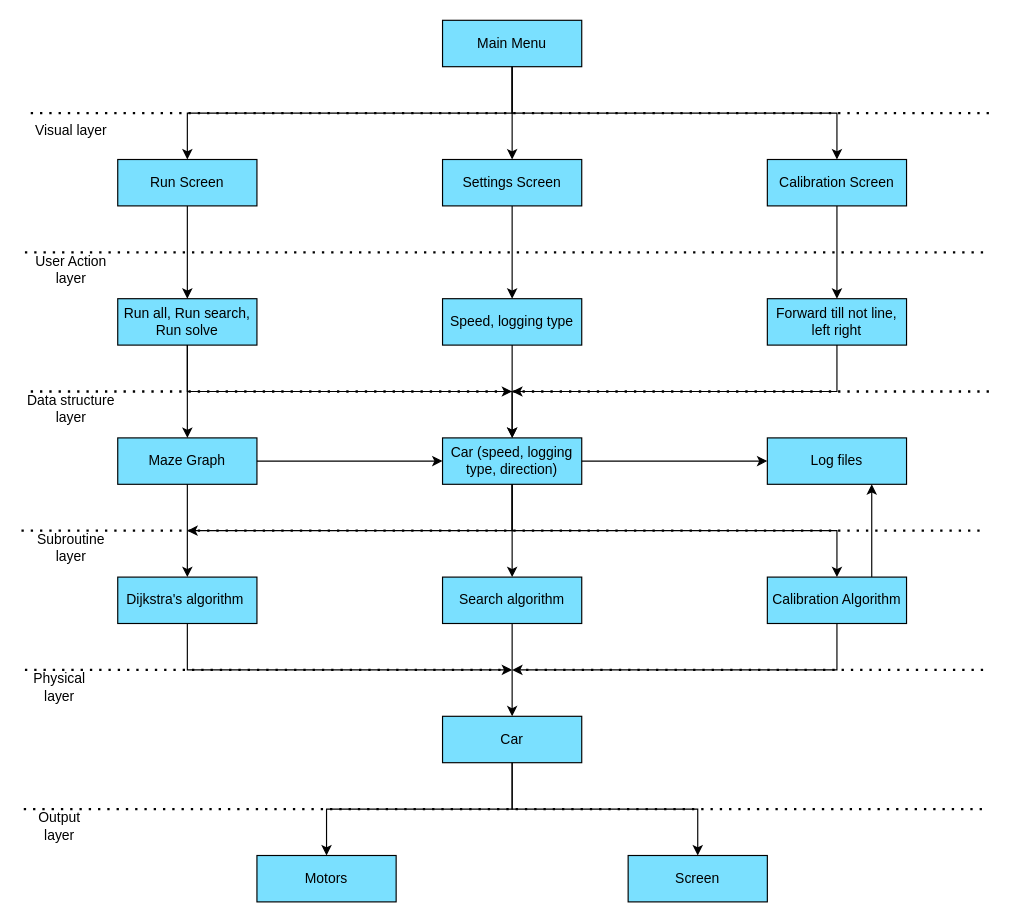
Above: Main System Layer Diagram.drawio in chilliconkearney/College-Work (draw.io), before the change. Source tidied: cells renumbered, new cells numbered last; positions are measured from the earlier drawing's top-left corner, leaving out a move shared by most shapes. Both pictures are drawn from the tidied source at 116%, with x=0, y=0 at pixel (21, 20).
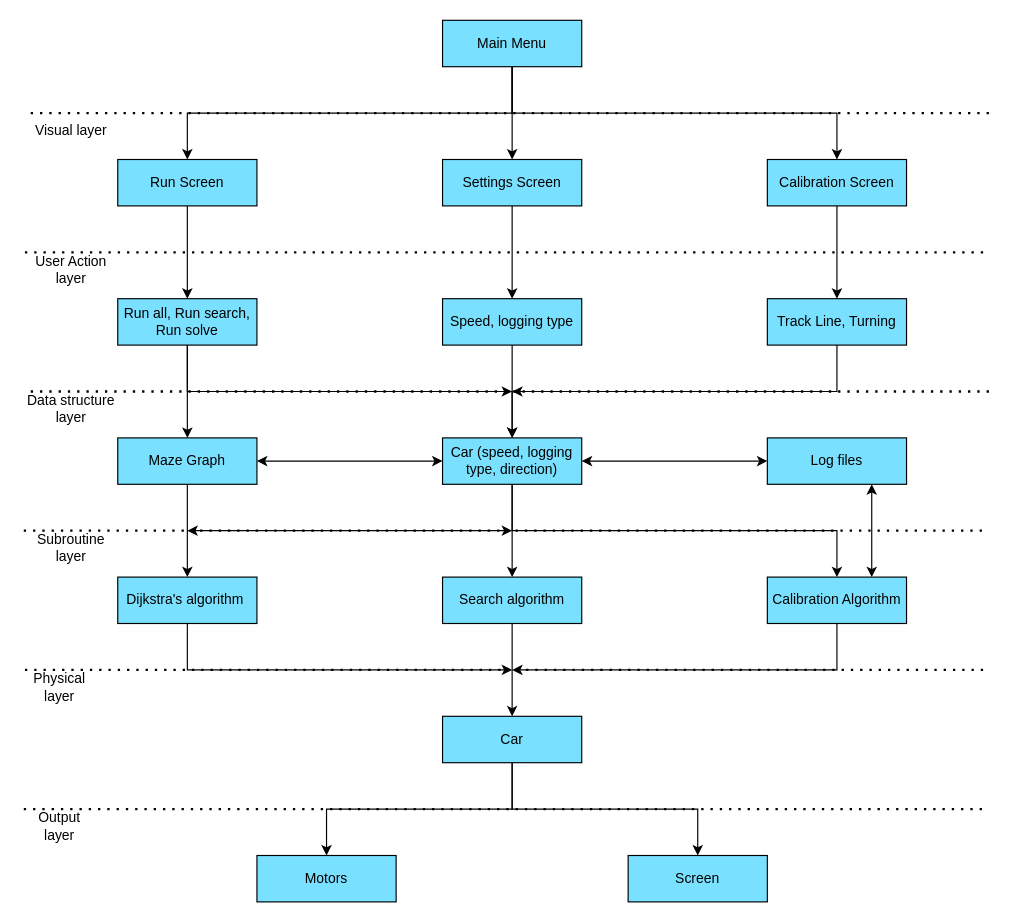
The same page after the edit.

Commit message (it also covers changes not shown here):
Added different Diagrams

The change refers to these unchanged cells:
```xml
<mxCell id="12" value="Maze Graph" style="rounded=0;whiteSpace=wrap;html=1;fillColor=#7AE0FF;" parent="1" vertex="1">
  <mxGeometry x="83" y="360" width="120" height="40" as="geometry" />
</mxCell>
<mxCell id="13" value="Car (speed, logging type, direction)" style="rounded=0;whiteSpace=wrap;html=1;fillColor=#7AE0FF;" parent="1" vertex="1">
  <mxGeometry x="363" y="360" width="120" height="40" as="geometry" />
</mxCell>
<mxCell id="16" value="Calibration Algorithm" style="rounded=0;whiteSpace=wrap;html=1;fillColor=#7AE0FF;" parent="1" vertex="1">
  <mxGeometry x="643" y="480" width="120" height="40" as="geometry" />
</mxCell>
<mxCell id="20" value="Log files" style="rounded=0;whiteSpace=wrap;html=1;fillColor=#7AE0FF;" parent="1" vertex="1">
  <mxGeometry x="643" y="360" width="120" height="40" as="geometry" />
</mxCell>
```

Change to the diagram source:
```diff
@@
-    <mxCell id="11" value="Forward till not line, left right" style="rounded=0;whiteSpace=wrap;html=1;fillColor=#7AE0FF;" parent="1" vertex="1">
+    <mxCell id="11" value="Track Line, Turning" style="rounded=0;whiteSpace=wrap;html=1;fillColor=#7AE0FF;" parent="1" vertex="1">
       <mxGeometry x="643" y="240" width="120" height="40" as="geometry" />
     </mxCell>
@@
-    <mxCell id="29" style="endArrow=classic;html=1;rounded=0;exitX=1;exitY=0.5;exitDx=0;exitDy=0;entryX=0;entryY=0.5;entryDx=0;entryDy=0;" parent="1" edge="1" source="12" target="13">
-      <mxGeometry relative="1" as="geometry" />
-    </mxCell>
-    <mxCell id="30" style="endArrow=classic;html=1;rounded=0;exitX=1;exitY=0.5;exitDx=0;exitDy=0;entryX=0;entryY=0.5;entryDx=0;entryDy=0;" parent="1" edge="1" source="13" target="20">
-      <mxGeometry relative="1" as="geometry" />
-    </mxCell>
@@
-    <mxCell id="32" style="endArrow=classic;html=1;rounded=0;exitX=0.5;exitY=1;exitDx=0;exitDy=0;" parent="1" edge="1" source="13">
-      <mxGeometry relative="1" as="geometry">
-        <mxPoint x="143" y="440" as="targetPoint" />
-        <Array as="points">
-          <mxPoint x="423" y="440" />
-        </Array>
-      </mxGeometry>
-    </mxCell>
@@
-    <mxCell id="35" style="endArrow=classic;html=1;rounded=0;exitX=0.75;exitY=0;exitDx=0;exitDy=0;entryX=0.75;entryY=1;entryDx=0;entryDy=0;" parent="1" edge="1" source="16" target="20">
-      <mxGeometry relative="1" as="geometry" />
-    </mxCell>
@@
     <mxCell id="43" style="endArrow=none;dashed=1;html=1;dashPattern=1 3;strokeWidth=2;rounded=0;" parent="1" edge="1">
       <mxGeometry relative="1" as="geometry">
-        <mxPoint y="440" as="sourcePoint" />
-        <mxPoint x="830" y="440" as="targetPoint" />
+        <mxPoint x="2" y="440" as="sourcePoint" />
+        <mxPoint x="832" y="440" as="targetPoint" />
       </mxGeometry>
     </mxCell>
@@
+    <mxCell id="30" style="endArrow=classic;startArrow=classic;html=1;rounded=0;exitX=1;exitY=0.5;exitDx=0;exitDy=0;entryX=0;entryY=0.5;entryDx=0;entryDy=0;" parent="1" edge="1" source="13" target="20">
+      <mxGeometry relative="1" as="geometry" />
+    </mxCell>
+    <mxCell id="35" style="endArrow=classic;startArrow=classic;html=1;rounded=0;entryX=0.75;entryY=1;entryDx=0;entryDy=0;exitX=0.75;exitY=0;exitDx=0;exitDy=0;" parent="1" edge="1" source="16" target="20">
+      <mxGeometry relative="1" as="geometry" />
+    </mxCell>
+    <mxCell id="29" style="endArrow=classic;startArrow=classic;html=1;rounded=0;exitX=1;exitY=0.5;exitDx=0;exitDy=0;entryX=0;entryY=0.5;entryDx=0;entryDy=0;" parent="1" edge="1" source="12" target="13">
+      <mxGeometry relative="1" as="geometry" />
+    </mxCell>
+    <mxCell id="53" style="endArrow=classic;startArrow=classic;html=1;rounded=0;" parent="1" edge="1">
+      <mxGeometry relative="1" as="geometry">
+        <mxPoint x="143" y="440" as="sourcePoint" />
+        <mxPoint x="423" y="440" as="targetPoint" />
+      </mxGeometry>
+    </mxCell>
```
